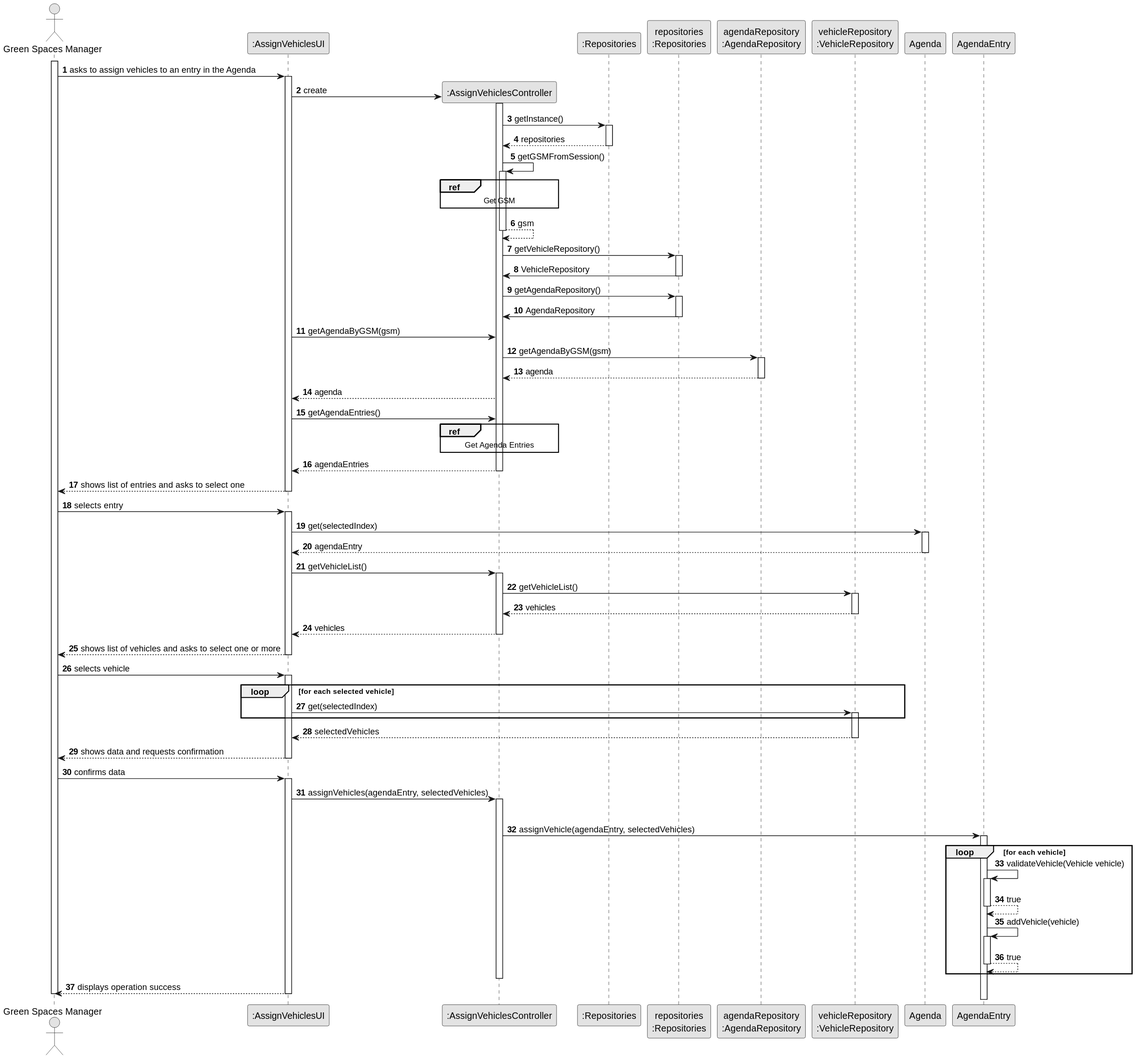
tiagosoa/lei-24-s2-1dgh-g073 keeps this PlantUML diagram as docs/sprint3/us026/03.design/svg/us026-sequence-diagram-full.svg. Above is the earlier version.
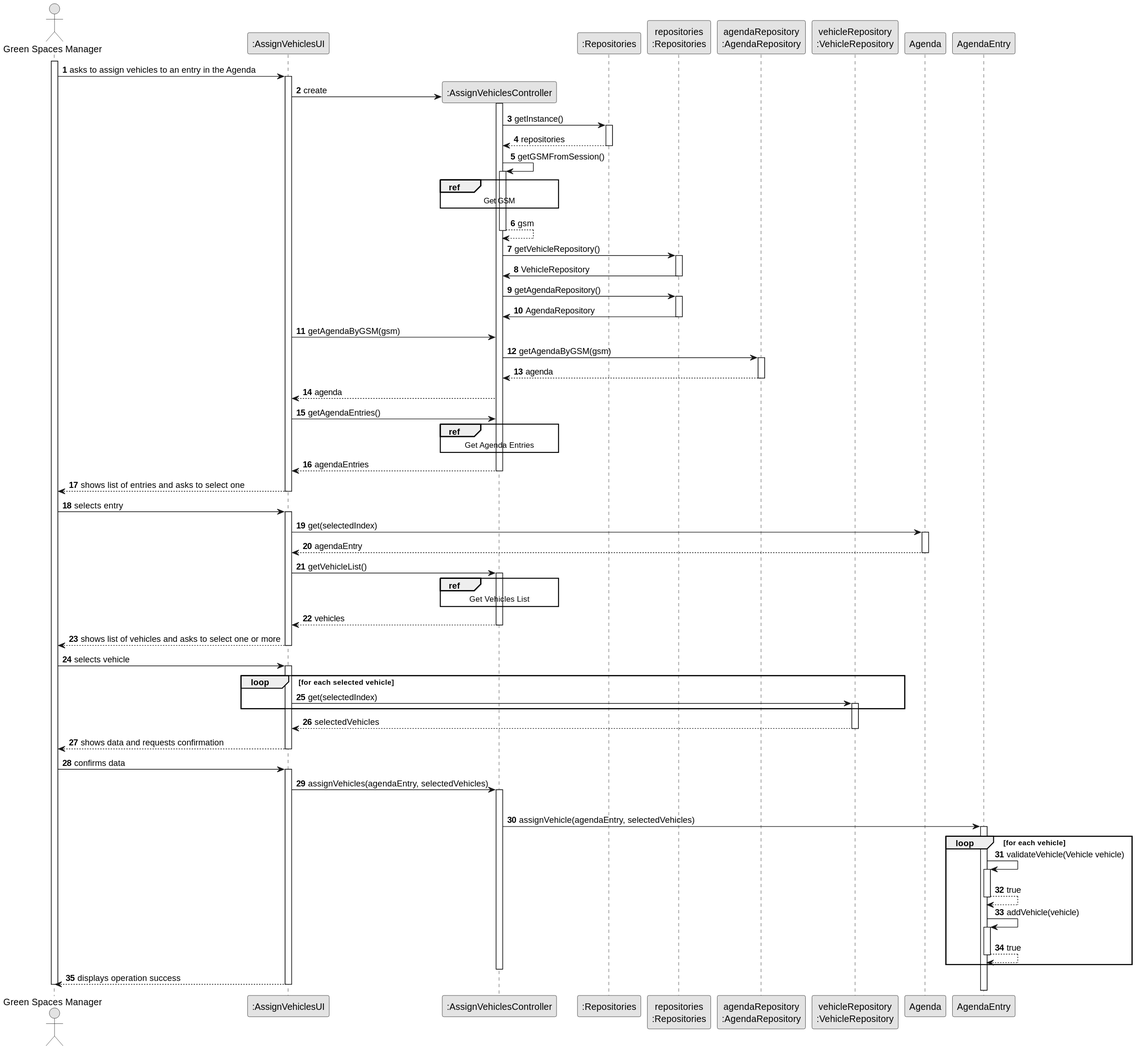
Above is the later version.

Change to the diagram source:
```diff
@@ -92,11 +92,9 @@
                                  UI -> CTRL : getVehicleList()
                                  activate CTRL
 
-                                CTRL -> VR : getVehicleList()
-                                activate VR
-
-                                VR --> CTRL : vehicles
-                                deactivate VR
+                                ref over CTRL
+                                Get Vehicles List
+                                end
 
                                 CTRL --> UI : vehicles
                                 deactivate CTRL
```
